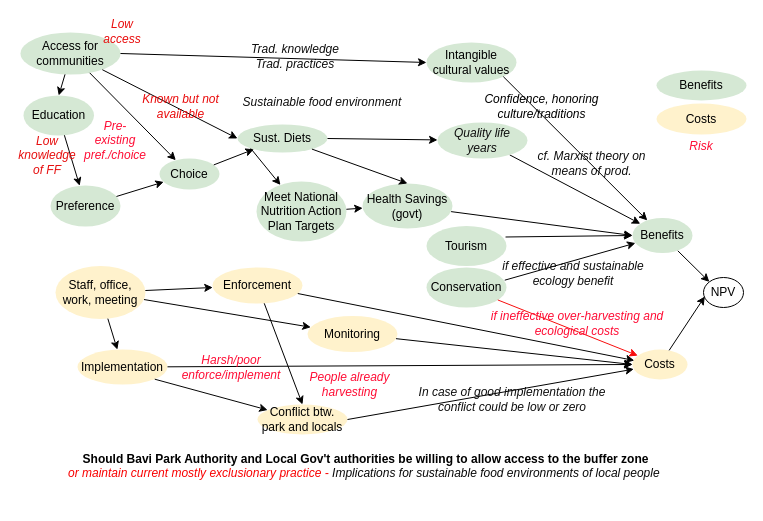
This is Untitled Diagram.drawio from CWWhitney/bavi-forest-access, a draw.io file, before an edit. Source tidied: cells renumbered, new cells numbered last; positions are measured from the earlier drawing's top-left corner, leaving out a move shared by most shapes. Both pictures are drawn from the tidied source at 100%, with x=0, y=0 at pixel (17, 20).
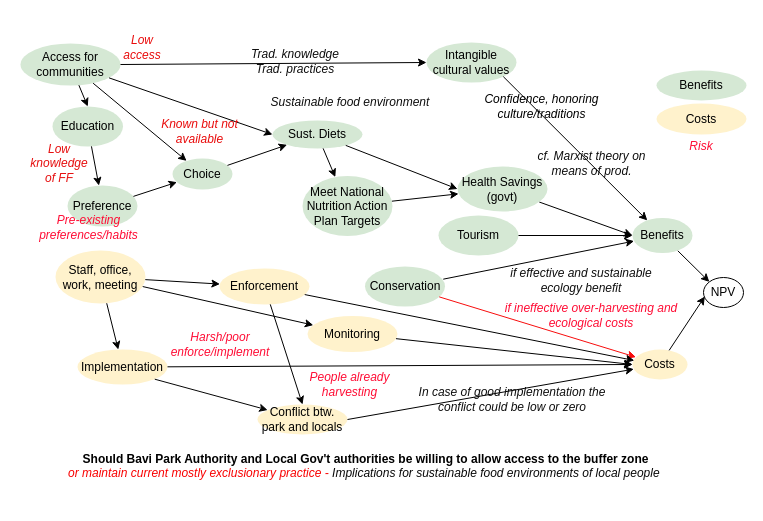
Above is the later version.

Commit message:
Another round with Giang

Unchanged cells that the change refers to:
```xml
<mxCell id="17" value="Benefits" style="ellipse;whiteSpace=wrap;html=1;fillColor=#d5e8d4;strokeColor=none;" parent="1" vertex="1">
  <mxGeometry x="615" y="197.5" width="60" height="35" as="geometry" />
</mxCell>
```

What changed in the source:
```diff
@@
     <mxCell id="2" value="Conservation" style="ellipse;whiteSpace=wrap;html=1;fillColor=#d5e8d4;strokeColor=none;" parent="1" vertex="1">
-      <mxGeometry x="409" y="247" width="80" height="40" as="geometry" />
+      <mxGeometry x="347.5" y="246" width="80" height="40" as="geometry" />
     </mxCell>
@@
     <mxCell id="4" value="Sust. Diets" style="ellipse;whiteSpace=wrap;html=1;fillColor=#d5e8d4;strokeColor=none;" parent="1" vertex="1">
-      <mxGeometry x="220" y="104" width="90" height="28" as="geometry" />
+      <mxGeometry x="255" y="100" width="90" height="28" as="geometry" />
     </mxCell>
-    <mxCell id="5" style="rounded=0;jettySize=auto;html=1;exitX=0;exitY=1;exitDx=0;exitDy=0;" parent="1" edge="1" source="4" target="23">
+    <mxCell id="5" style="rounded=0;jettySize=auto;html=1;" parent="1" edge="1" source="4" target="23">
       <mxGeometry relative="1" as="geometry" />
     </mxCell>
-    <mxCell id="6" style="rounded=0;jettySize=auto;html=1;" parent="1" edge="1" source="7" target="17">
-      <mxGeometry relative="1" as="geometry" />
-    </mxCell>
-    <mxCell id="7" value="&lt;span style=&quot;color: rgb(15, 15, 15); font-style: italic;&quot;&gt;Quality life years&lt;/span&gt;" style="ellipse;whiteSpace=wrap;html=1;fillColor=#d5e8d4;strokeColor=none;" parent="1" vertex="1">
-      <mxGeometry x="420" y="102" width="90" height="36" as="geometry" />
-    </mxCell>
@@
     <mxCell id="9" value="Health Savings (govt)" style="ellipse;whiteSpace=wrap;html=1;fillColor=#d5e8d4;strokeColor=none;" parent="1" vertex="1">
-      <mxGeometry x="345" y="163" width="90" height="45" as="geometry" />
+      <mxGeometry x="440" y="146" width="90" height="45" as="geometry" />
     </mxCell>
@@
     <mxCell id="11" value="Access for communities" style="ellipse;whiteSpace=wrap;html=1;fillColor=#d5e8d4;strokeColor=none;" parent="1" vertex="1">
-      <mxGeometry x="3" y="12" width="100" height="42" as="geometry" />
+      <mxGeometry x="3" y="23" width="100" height="42" as="geometry" />
     </mxCell>
     <mxCell id="12" value="Choice" style="ellipse;whiteSpace=wrap;html=1;fillColor=#d5e8d4;strokeColor=none;" parent="1" vertex="1">
-      <mxGeometry x="142" y="138" width="60" height="31" as="geometry" />
+      <mxGeometry x="155" y="138" width="60" height="31" as="geometry" />
     </mxCell>
     <mxCell id="13" value="Preference" style="ellipse;whiteSpace=wrap;html=1;fillColor=#d5e8d4;strokeColor=none;" parent="1" vertex="1">
-      <mxGeometry x="33" y="165" width="70" height="41" as="geometry" />
+      <mxGeometry x="50" y="165" width="70" height="41" as="geometry" />
     </mxCell>
@@
-    <mxCell id="18" style="rounded=0;jettySize=auto;html=1;exitX=1;exitY=0.5;exitDx=0;exitDy=0;" parent="1" edge="1" source="4" target="7">
-      <mxGeometry relative="1" as="geometry" />
-    </mxCell>
@@
     <mxCell id="23" value="Meet National Nutrition Action Plan Targets" style="ellipse;whiteSpace=wrap;html=1;fillColor=#d5e8d4;strokeColor=none;" parent="1" vertex="1">
-      <mxGeometry x="239" y="161" width="90" height="60" as="geometry" />
+      <mxGeometry x="285" y="155.5" width="90" height="60" as="geometry" />
     </mxCell>
@@
     <mxCell id="26" value="Low access" style="text;html=1;align=center;verticalAlign=middle;whiteSpace=wrap;rounded=0;fontFamily=Helvetica;fontSize=12;fontStyle=2;fontColor=#e90c0c;" parent="1" vertex="1">
-      <mxGeometry x="75" width="60" height="22" as="geometry" />
+      <mxGeometry x="95" y="16" width="60" height="22" as="geometry" />
     </mxCell>
-    <mxCell id="27" value="Pre-existing pref./choice" style="text;html=1;align=center;verticalAlign=middle;whiteSpace=wrap;rounded=0;fontColor=#FF0D35;fontStyle=2;" parent="1" vertex="1">
-      <mxGeometry x="68" y="100" width="60" height="40" as="geometry" />
+    <mxCell id="27" value="Pre-existing preferences/habits" style="text;html=1;align=center;verticalAlign=middle;whiteSpace=wrap;rounded=0;fontColor=#FF0D35;fontStyle=2;" parent="1" vertex="1">
+      <mxGeometry x="23" y="187" width="97" height="40" as="geometry" />
     </mxCell>
@@
-    <mxCell id="29" style="rounded=0;jettySize=auto;html=1;entryX=0.5;entryY=0;entryDx=0;entryDy=0;" parent="1" edge="1" source="4" target="9">
+    <mxCell id="29" style="rounded=0;jettySize=auto;html=1;entryX=0;entryY=0.5;entryDx=0;entryDy=0;" parent="1" edge="1" source="4" target="9">
       <mxGeometry relative="1" as="geometry" />
     </mxCell>
@@
     <mxCell id="33" value="Enforcement" style="ellipse;whiteSpace=wrap;html=1;fillColor=#fff2cc;strokeColor=none;" parent="1" vertex="1">
-      <mxGeometry x="195" y="247" width="90" height="36" as="geometry" />
+      <mxGeometry x="202" y="248" width="90" height="36" as="geometry" />
     </mxCell>
@@
     <mxCell id="43" value="Harsh/poor&lt;div&gt;enforce/implement&lt;/div&gt;" style="text;html=1;align=center;verticalAlign=middle;whiteSpace=wrap;rounded=0;fontColor=#FF0D35;fontStyle=2;" parent="1" vertex="1">
-      <mxGeometry x="171" y="327" width="85.5" height="40" as="geometry" />
+      <mxGeometry x="160" y="304" width="85.5" height="40" as="geometry" />
     </mxCell>
     <mxCell id="44" value="&lt;div&gt;Known but not available&lt;/div&gt;" style="text;html=1;align=center;verticalAlign=middle;whiteSpace=wrap;rounded=0;fontFamily=Helvetica;fontSize=12;fontStyle=2;fontColor=#e90c0c;" parent="1" vertex="1">
-      <mxGeometry x="115.5" y="75" width="94.5" height="22" as="geometry" />
+      <mxGeometry x="135" y="100" width="94.5" height="22" as="geometry" />
     </mxCell>
@@
     <mxCell id="47" value="Staff, office, work, meeting" style="ellipse;whiteSpace=wrap;html=1;fillColor=#fff2cc;strokeColor=none;" parent="1" vertex="1">
-      <mxGeometry x="38" y="245.5" width="90" height="53" as="geometry" />
+      <mxGeometry x="38" y="230" width="90" height="53" as="geometry" />
     </mxCell>
@@
     <mxCell id="52" value="&lt;font color=&quot;#0f0f0f&quot;&gt;if effective and sustainable ecology benefit&lt;/font&gt;" style="text;html=1;align=center;verticalAlign=middle;whiteSpace=wrap;rounded=0;fontColor=#FF0D35;fontStyle=2;" parent="1" vertex="1">
-      <mxGeometry x="480" y="232.5" width="152" height="40" as="geometry" />
+      <mxGeometry x="488" y="240" width="152" height="40" as="geometry" />
     </mxCell>
     <mxCell id="53" value="if ineffective over-harvesting and ecological costs" style="text;html=1;align=center;verticalAlign=middle;whiteSpace=wrap;rounded=0;fontColor=#FF0D35;fontStyle=2;" parent="1" vertex="1">
-      <mxGeometry x="470" y="283" width="180" height="40" as="geometry" />
+      <mxGeometry x="484" y="275" width="180" height="40" as="geometry" />
     </mxCell>
     <mxCell id="54" value="&lt;font color=&quot;#0f0f0f&quot;&gt;Trad. knowledge&lt;/font&gt;&lt;div&gt;&lt;font color=&quot;#0f0f0f&quot;&gt;Trad. practices&lt;/font&gt;&lt;/div&gt;" style="text;html=1;align=center;verticalAlign=middle;whiteSpace=wrap;rounded=0;fontColor=#FF0D35;fontStyle=2;" parent="1" vertex="1">
-      <mxGeometry x="202" y="16" width="152" height="40" as="geometry" />
+      <mxGeometry x="202" y="21" width="152" height="40" as="geometry" />
     </mxCell>
@@
     <mxCell id="57" value="Tourism" style="ellipse;whiteSpace=wrap;html=1;fillColor=#d5e8d4;strokeColor=none;" parent="1" vertex="1">
-      <mxGeometry x="409" y="205.5" width="80" height="40" as="geometry" />
+      <mxGeometry x="421" y="195" width="80" height="40" as="geometry" />
     </mxCell>
-    <mxCell id="58" style="rounded=0;jettySize=auto;html=1;entryX=0;entryY=0.5;entryDx=0;entryDy=0;exitX=0.988;exitY=0.275;exitDx=0;exitDy=0;exitPerimeter=0;" parent="1" edge="1" source="57" target="17">
+    <mxCell id="58" style="rounded=0;jettySize=auto;html=1;entryX=0;entryY=0.5;entryDx=0;entryDy=0;exitX=1;exitY=0.5;exitDx=0;exitDy=0;" parent="1" edge="1" source="57" target="17">
       <mxGeometry relative="1" as="geometry" />
     </mxCell>
     <mxCell id="59" value="Education" style="ellipse;whiteSpace=wrap;html=1;fillColor=#d5e8d4;strokeColor=none;" parent="1" vertex="1">
-      <mxGeometry x="6" y="75" width="70.5" height="40" as="geometry" />
+      <mxGeometry x="35" y="86" width="70.5" height="40" as="geometry" />
     </mxCell>
@@
     <mxCell id="64" value="Low knowledge of FF" style="text;html=1;align=center;verticalAlign=middle;whiteSpace=wrap;rounded=0;fontStyle=2;fontColor=#e60f0f;" parent="1" vertex="1">
-      <mxGeometry y="115" width="60" height="40" as="geometry" />
+      <mxGeometry x="12" y="123" width="60" height="40" as="geometry" />
     </mxCell>
     <mxCell id="65" value="&lt;font color=&quot;#0f0f0f&quot;&gt;Sustainable food environment&lt;/font&gt;" style="text;html=1;align=center;verticalAlign=middle;whiteSpace=wrap;rounded=0;fontColor=#FF0D35;fontStyle=2;" parent="1" vertex="1">
-      <mxGeometry x="210" y="62" width="190" height="40" as="geometry" />
+      <mxGeometry x="237.5" y="62" width="190" height="40" as="geometry" />
     </mxCell>
```
